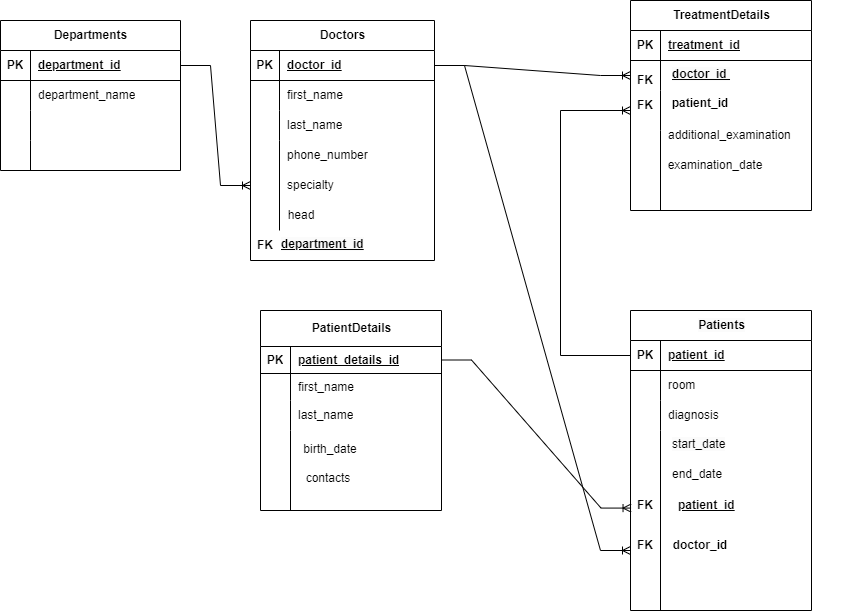
Before: L8/DB_Hospital_RomanS ver.png, a diagram exported from draw.io (nromanen/db-fundamentals). Source tidied: cells renumbered, new cells last; positions are measured from the earlier drawing's top-left corner, leaving out a move shared by most shapes.
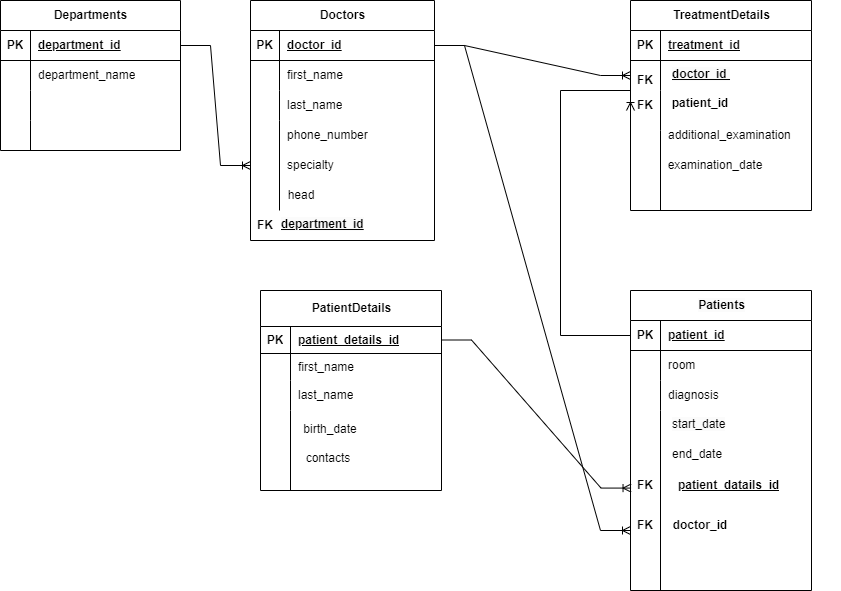
After the commit.

The edit, as a diff of the source:
```diff
@@ -185,26 +185,26 @@
     <mxCell id="62" value="end_date" style="text;whiteSpace=wrap;html=1;" parent="1" vertex="1">
       <mxGeometry x="670" y="460" width="100" height="20" as="geometry" />
     </mxCell>
-    <mxCell id="63" value="patient_id" style="shape=partialRectangle;fillColor=none;top=0;left=0;bottom=0;right=0;align=left;spacingLeft=6;fontStyle=5;overflow=hidden;whiteSpace=wrap;html=1;" parent="1" vertex="1">
-      <mxGeometry x="670" y="490" width="70" height="30" as="geometry" />
+    <mxCell id="63" value="patient_datails_id" style="shape=partialRectangle;fillColor=none;top=0;left=0;bottom=0;right=0;align=left;spacingLeft=6;fontStyle=5;overflow=hidden;whiteSpace=wrap;html=1;" parent="1" vertex="1">
+      <mxGeometry x="670" y="490" width="130" height="30" as="geometry" />
     </mxCell>
     <mxCell id="64" value="FK" style="shape=partialRectangle;fillColor=none;top=0;left=0;bottom=0;right=0;fontStyle=1;overflow=hidden;whiteSpace=wrap;html=1;" parent="1" vertex="1">
       <mxGeometry x="630" y="490" width="30" height="30" as="geometry" />
     </mxCell>
     <mxCell id="65" value="FK" style="shape=partialRectangle;fillColor=none;top=0;left=0;bottom=0;right=0;fontStyle=1;overflow=hidden;whiteSpace=wrap;html=1;" parent="1" vertex="1">
-      <mxGeometry x="630" y="65" width="30" height="30" as="geometry" />
+      <mxGeometry x="630" y="85" width="30" height="30" as="geometry" />
     </mxCell>
     <mxCell id="66" value="&lt;span style=&quot;color: rgb(0, 0, 0); font-family: Helvetica; font-size: 12px; font-style: normal; font-variant-ligatures: normal; font-variant-caps: normal; font-weight: 700; letter-spacing: normal; orphans: 2; text-align: left; text-indent: 0px; text-transform: none; widows: 2; word-spacing: 0px; -webkit-text-stroke-width: 0px; background-color: rgb(251, 251, 251); text-decoration: underline; float: none; display: inline !important;&quot;&gt;doctor_id&amp;nbsp;&lt;/span&gt;" style="text;whiteSpace=wrap;html=1;" parent="1" vertex="1">
-      <mxGeometry x="670" y="60" width="90" height="40" as="geometry" />
+      <mxGeometry x="670" y="80" width="90" height="40" as="geometry" />
     </mxCell>
     <mxCell id="67" value="FK" style="shape=partialRectangle;fillColor=none;top=0;left=0;bottom=0;right=0;fontStyle=1;overflow=hidden;whiteSpace=wrap;html=1;" parent="1" vertex="1">
-      <mxGeometry x="630" y="90" width="30" height="30" as="geometry" />
+      <mxGeometry x="630" y="110" width="30" height="30" as="geometry" />
     </mxCell>
     <mxCell id="68" style="edgeStyle=entityRelationEdgeStyle;fontSize=12;html=1;endArrow=ERoneToMany;rounded=0;exitX=1;exitY=0.5;exitDx=0;exitDy=0;entryX=0.003;entryY=0.431;entryDx=0;entryDy=0;entryPerimeter=0;" parent="1" edge="1" source="36" target="58">
       <mxGeometry relative="1" as="geometry" />
     </mxCell>
     <mxCell id="69" value="TreatmentDetails" style="shape=table;startSize=30;rowLines=0;fontStyle=1;align=center;html=1;" parent="1" vertex="1">
-      <mxGeometry x="630" width="181" height="210" as="geometry" />
+      <mxGeometry x="630" y="20" width="181" height="210" as="geometry" />
     </mxCell>
     <mxCell id="70" style="shape=tableRow;horizontal=0;startSize=0;swimlaneHead=0;swimlaneBody=0;fillColor=none;top=0;left=0;right=0;bottom=1;" parent="69" vertex="1">
       <mxGeometry y="30" width="181" height="30" as="geometry" />
@@ -263,7 +263,7 @@
       </mxGeometry>
     </mxCell>
     <mxCell id="88" value="&lt;b&gt;patient_id&lt;/b&gt;" style="text;strokeColor=none;align=center;fillColor=none;html=1;verticalAlign=middle;whiteSpace=wrap;rounded=0;" parent="1" vertex="1">
-      <mxGeometry x="670" y="90" width="60" height="25" as="geometry" />
+      <mxGeometry x="670" y="110" width="60" height="25" as="geometry" />
     </mxCell>
     <mxCell id="89" style="edgeStyle=entityRelationEdgeStyle;fontSize=12;html=1;endArrow=ERoneToMany;rounded=0;exitX=1;exitY=0.5;exitDx=0;exitDy=0;entryX=0;entryY=0.5;entryDx=0;entryDy=0;" parent="1" edge="1" source="3" target="25">
       <mxGeometry relative="1" as="geometry" />
@@ -277,7 +277,7 @@
       </mxGeometry>
     </mxCell>
     <mxCell id="91" style="shape=tableRow;horizontal=0;startSize=0;swimlaneHead=0;swimlaneBody=0;fillColor=none;top=0;left=0;right=0;bottom=0;" parent="1" vertex="1">
-      <mxGeometry x="630" y="120" width="181" height="30" as="geometry" />
+      <mxGeometry x="630" y="140" width="181" height="30" as="geometry" />
     </mxCell>
     <mxCell id="92" style="shape=partialRectangle;fillColor=none;top=0;left=0;bottom=0;right=0;overflow=hidden;whiteSpace=wrap;html=1;" parent="91" vertex="1">
       <mxGeometry width="30" height="30" as="geometry" />
@@ -286,7 +286,7 @@
       <mxGeometry x="30" width="151" height="30" as="geometry" />
     </mxCell>
     <mxCell id="94" value="examination_date" style="text;strokeColor=none;align=center;fillColor=none;html=1;verticalAlign=middle;whiteSpace=wrap;rounded=0;" parent="1" vertex="1">
-      <mxGeometry x="685" y="150" width="60" height="30" as="geometry" />
+      <mxGeometry x="685" y="170" width="60" height="30" as="geometry" />
     </mxCell>
     <mxCell id="95" value="contacts" style="text;strokeColor=none;align=center;fillColor=none;html=1;verticalAlign=middle;whiteSpace=wrap;rounded=0;" parent="1" vertex="1">
       <mxGeometry x="298" y="463" width="60" height="30" as="geometry" />
```
